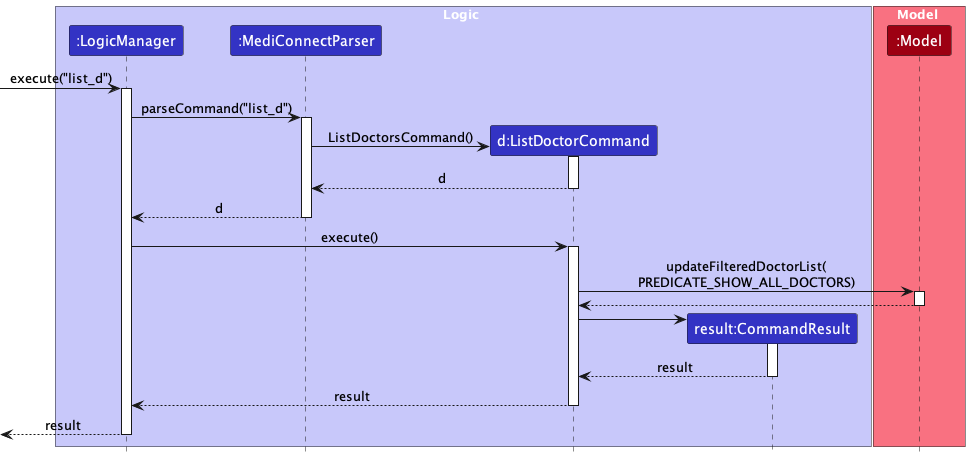
The PlantUML diagram docs/images/ListDoctorSequence.png in yanghengtang/tp, before a commit.
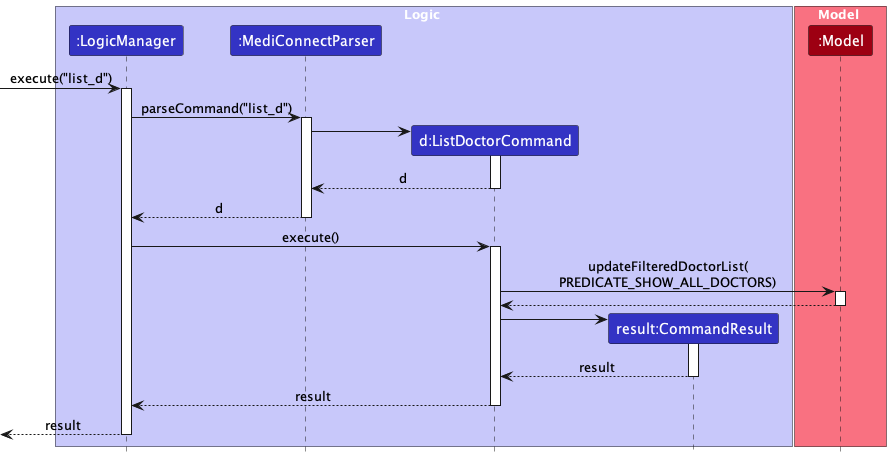
Above is the later version.

Commit message:
Update Sequence Diagram

The edit, as a diff of the source:
```diff
@@ -21,7 +21,7 @@
 
 create ListDoctorCommand
 
-MediConnectParser -> ListDoctorCommand : ListDoctorsCommand()
+MediConnectParser -> ListDoctorCommand
 activate ListDoctorCommand
 
 ListDoctorCommand --> MediConnectParser : d
```
